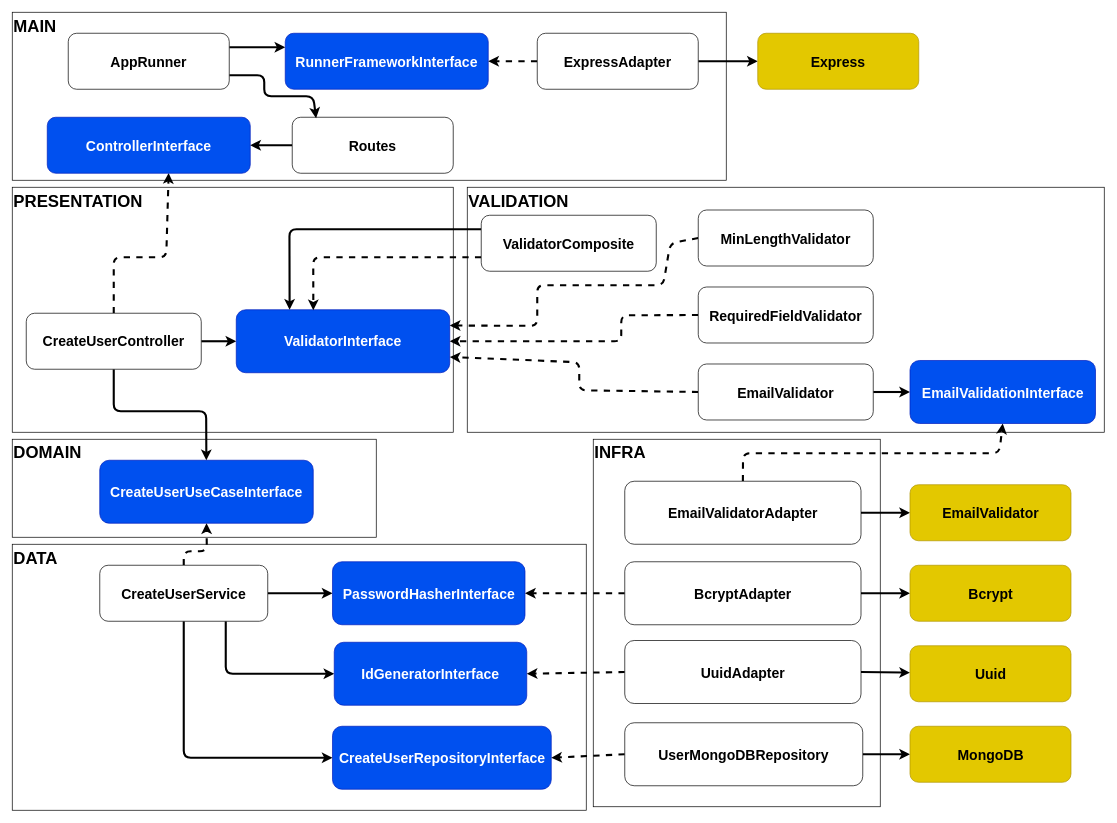
The draw.io diagram diagrams/drawio/create-user.drawio in DouglasVolcato/pet-adoption-backend, before the edit. Source tidied: cells renumbered, new cells numbered last; positions are measured from the earlier drawing's top-left corner, leaving out a move shared by most shapes. Both pictures are drawn from the tidied source at 70%, with x=0, y=0 at pixel (12, 12).
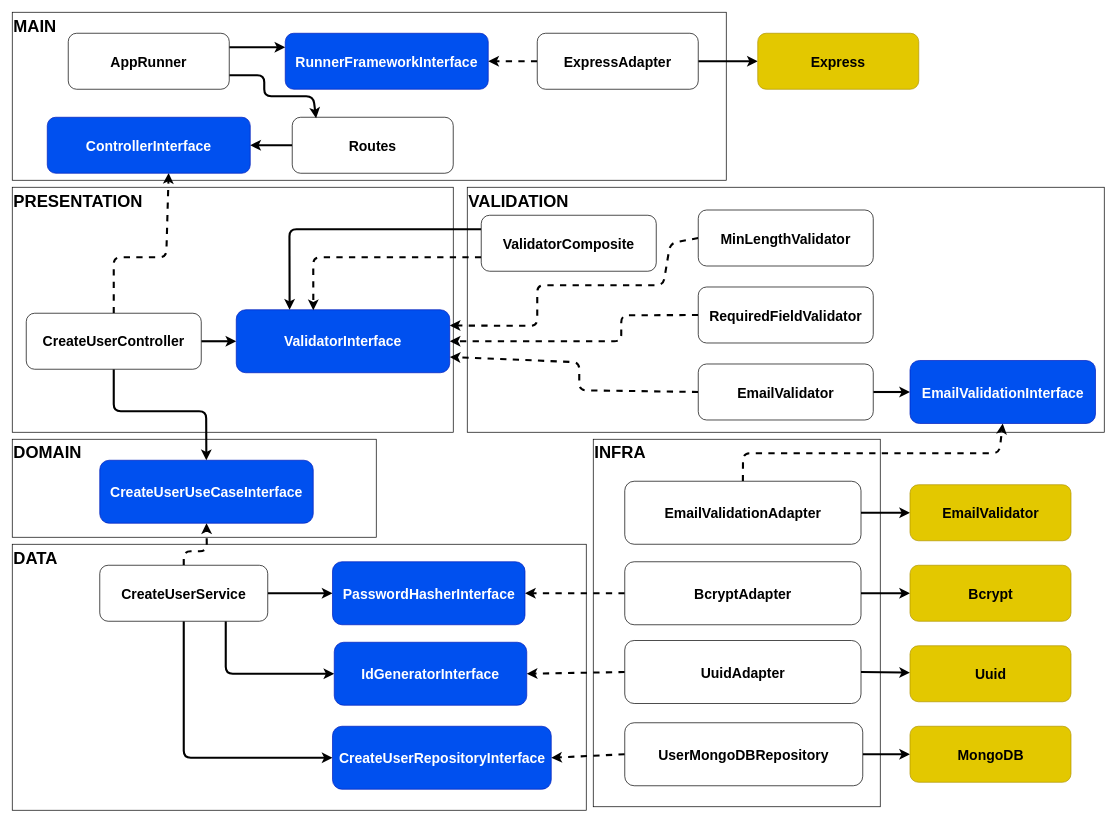
After the change.

Commit message:
chore: implement app diagrams

Diff of the diagram source:
```diff
@@
-    <mxCell id="57" value="EmailValidatorAdapter" style="rounded=1;whiteSpace=wrap;html=1;fontSize=20;fontStyle=1;" parent="1" vertex="1">
+    <mxCell id="57" value="EmailValidationAdapter" style="rounded=1;whiteSpace=wrap;html=1;fontSize=20;fontStyle=1;" parent="1" vertex="1">
       <mxGeometry x="875" y="670" width="337.5" height="90" as="geometry" />
     </mxCell>
```
